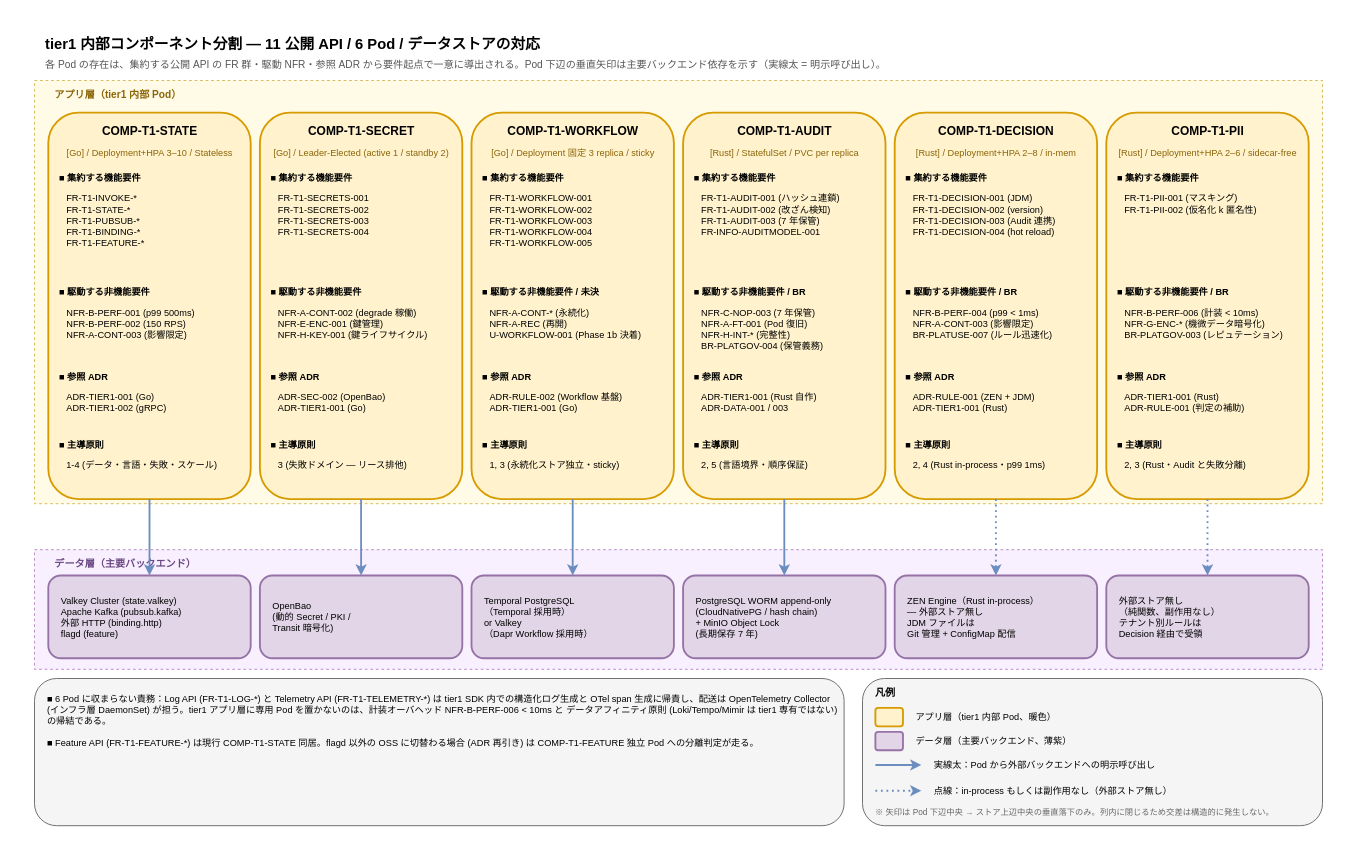
RyuheiKiso/k1s0 keeps this draw.io diagram as docs/02_構想設計/02_tier1設計/img/内部コンポーネント分割.drawio. Above is the earlier version. Source tidied: cells renumbered, new cells numbered last; positions are measured from the earlier drawing's top-left corner, leaving out a move shared by most shapes. Both pictures are drawn from the tidied source at 92%, with x=0, y=0 at pixel (16, 16).
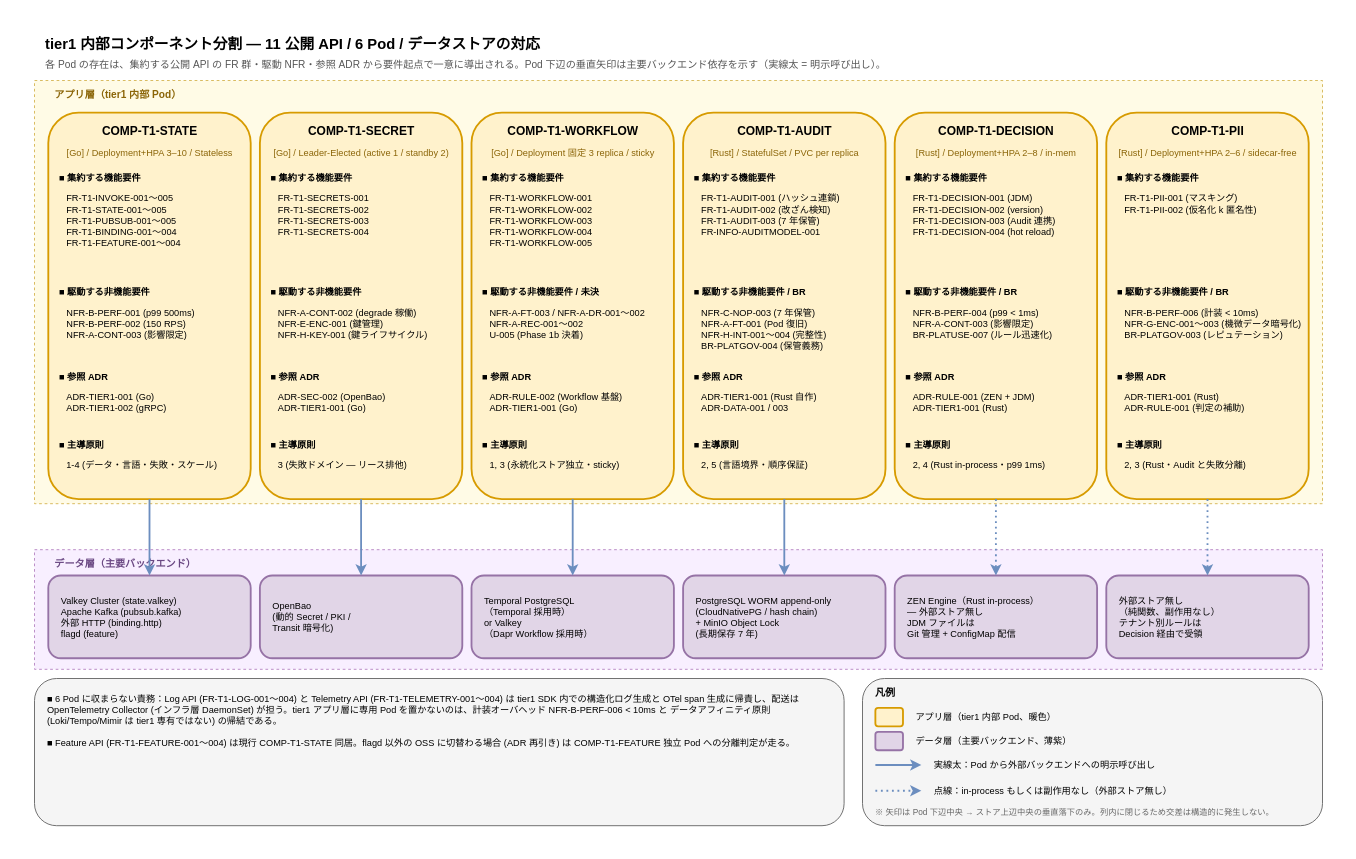
The same page after the edit.

Change to the diagram source:
```diff
@@
-    <mxCell id="13" value="FR-T1-INVOKE-*&#10;FR-T1-STATE-*&#10;FR-T1-PUBSUB-*&#10;FR-T1-BINDING-*&#10;FR-T1-FEATURE-*" style="text;html=1;align=left;verticalAlign=top;fontSize=10;spacingLeft=18;whiteSpace=wrap;" parent="1" vertex="1">
+    <mxCell id="13" value="FR-T1-INVOKE-001〜005&#10;FR-T1-STATE-001〜005&#10;FR-T1-PUBSUB-001〜005&#10;FR-T1-BINDING-001〜004&#10;FR-T1-FEATURE-001〜004" style="text;html=1;align=left;verticalAlign=top;fontSize=10;spacingLeft=18;whiteSpace=wrap;" parent="1" vertex="1">
       <mxGeometry x="35" y="186" width="220" height="100" as="geometry" />
     </mxCell>
@@
-    <mxCell id="37" value="NFR-A-CONT-* (永続化)&#10;NFR-A-REC (再開)&#10;U-WORKFLOW-001 (Phase 1b 決着)" style="text;html=1;align=left;verticalAlign=top;fontSize=10;spacingLeft=18;whiteSpace=wrap;" parent="1" vertex="1">
+    <mxCell id="37" value="NFR-A-FT-003 / NFR-A-DR-001〜002&#10;NFR-A-REC-001〜002&#10;U-005 (Phase 1b 決着)" style="text;html=1;align=left;verticalAlign=top;fontSize=10;spacingLeft=18;whiteSpace=wrap;" parent="1" vertex="1">
       <mxGeometry x="495" y="310" width="220" height="70" as="geometry" />
     </mxCell>
@@
-    <mxCell id="48" value="NFR-C-NOP-003 (7 年保管)&#10;NFR-A-FT-001 (Pod 復旧)&#10;NFR-H-INT-* (完整性)&#10;BR-PLATGOV-004 (保管義務)" style="text;html=1;align=left;verticalAlign=top;fontSize=10;spacingLeft=18;whiteSpace=wrap;" parent="1" vertex="1">
+    <mxCell id="48" value="NFR-C-NOP-003 (7 年保管)&#10;NFR-A-FT-001 (Pod 復旧)&#10;NFR-H-INT-001〜004 (完整性)&#10;BR-PLATGOV-004 (保管義務)" style="text;html=1;align=left;verticalAlign=top;fontSize=10;spacingLeft=18;whiteSpace=wrap;" parent="1" vertex="1">
       <mxGeometry x="725" y="310" width="220" height="70" as="geometry" />
     </mxCell>
@@
-    <mxCell id="70" value="NFR-B-PERF-006 (計装 &lt; 10ms)&#10;NFR-G-ENC-* (機微データ暗号化)&#10;BR-PLATGOV-003 (レピュテーション)" style="text;html=1;align=left;verticalAlign=top;fontSize=10;spacingLeft=18;whiteSpace=wrap;" parent="1" vertex="1">
+    <mxCell id="70" value="NFR-B-PERF-006 (計装 &lt; 10ms)&#10;NFR-G-ENC-001〜003 (機微データ暗号化)&#10;BR-PLATGOV-003 (レピュテーション)" style="text;html=1;align=left;verticalAlign=top;fontSize=10;spacingLeft=18;whiteSpace=wrap;" parent="1" vertex="1">
       <mxGeometry x="1185" y="310" width="220" height="70" as="geometry" />
     </mxCell>
@@
-    <mxCell id="87" value="■ 6 Pod に収まらない責務：Log API (FR-T1-LOG-*) と Telemetry API (FR-T1-TELEMETRY-*) は tier1 SDK 内での構造化ログ生成と OTel span 生成に帰責し、配送は OpenTelemetry Collector (インフラ層 DaemonSet) が担う。tier1 アプリ層に専用 Pod を置かないのは、計装オーバヘッド NFR-B-PERF-006 &lt; 10ms と データアフィニティ原則 (Loki/Tempo/Mimir は tier1 専有ではない) の帰結である。&#10;&#10;■ Feature API (FR-T1-FEATURE-*) は現行 COMP-T1-STATE 同居。flagd 以外の OSS に切替わる場合 (ADR 再引き) は COMP-T1-FEATURE 独立 Pod への分離判定が走る。" style="rounded=1;whiteSpace=wrap;html=1;fillColor=#f5f5f5;strokeColor=#666666;strokeWidth=1;fontSize=10;align=left;verticalAlign=top;spacingLeft=12;spacingTop=10;" parent="1" vertex="1">
+    <mxCell id="87" value="■ 6 Pod に収まらない責務：Log API (FR-T1-LOG-001〜004) と Telemetry API (FR-T1-TELEMETRY-001〜004) は tier1 SDK 内での構造化ログ生成と OTel span 生成に帰責し、配送は OpenTelemetry Collector (インフラ層 DaemonSet) が担う。tier1 アプリ層に専用 Pod を置かないのは、計装オーバヘッド NFR-B-PERF-006 &lt; 10ms と データアフィニティ原則 (Loki/Tempo/Mimir は tier1 専有ではない) の帰結である。&#10;&#10;■ Feature API (FR-T1-FEATURE-001〜004) は現行 COMP-T1-STATE 同居。flagd 以外の OSS に切替わる場合 (ADR 再引き) は COMP-T1-FEATURE 独立 Pod への分離判定が走る。" style="rounded=1;whiteSpace=wrap;html=1;fillColor=#f5f5f5;strokeColor=#666666;strokeWidth=1;fontSize=10;align=left;verticalAlign=top;spacingLeft=12;spacingTop=10;" parent="1" vertex="1">
       <mxGeometry x="20" y="720" width="880" height="160" as="geometry" />
     </mxCell>
```
